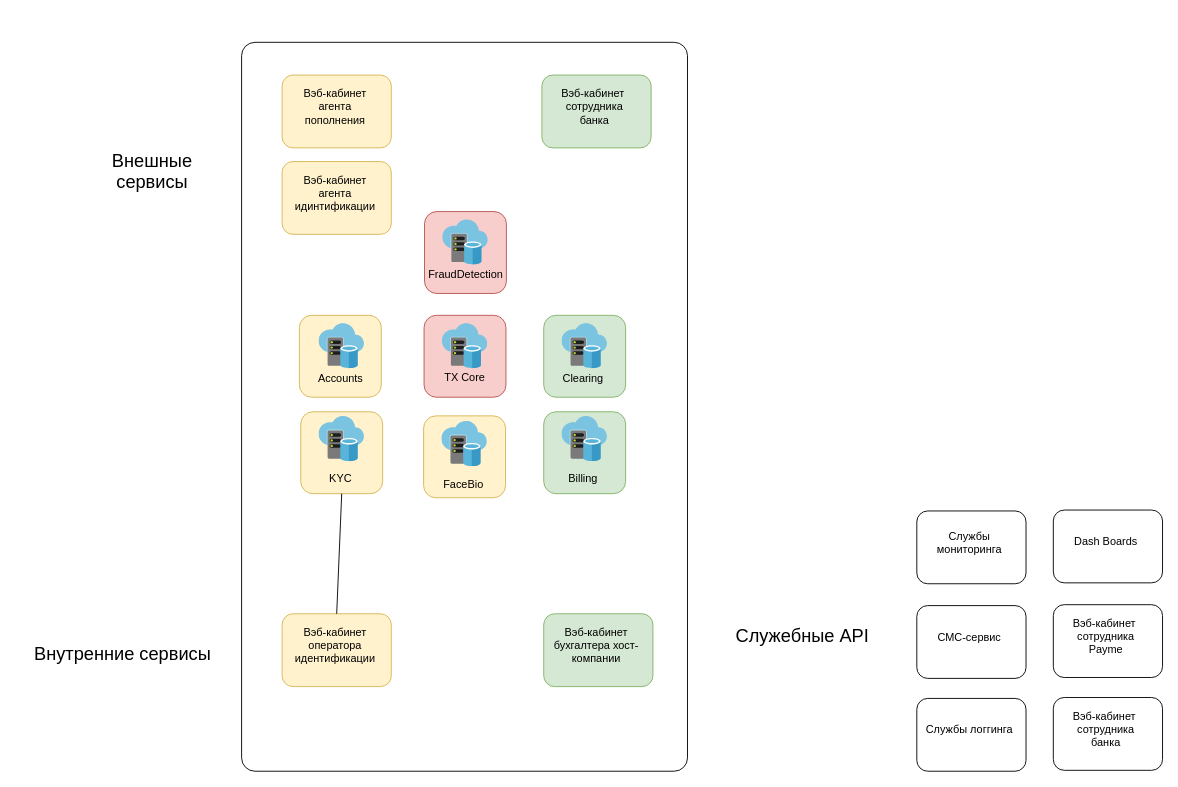
This is prc-arch.drawio from bobomurod/schemes, a draw.io file, before an edit. Source tidied: cells renumbered, new cells numbered last; positions are measured from the earlier drawing's top-left corner, leaving out a move shared by most shapes. Both pictures are drawn from the tidied source at 91%, with x=0, y=0 at pixel (25, 42).
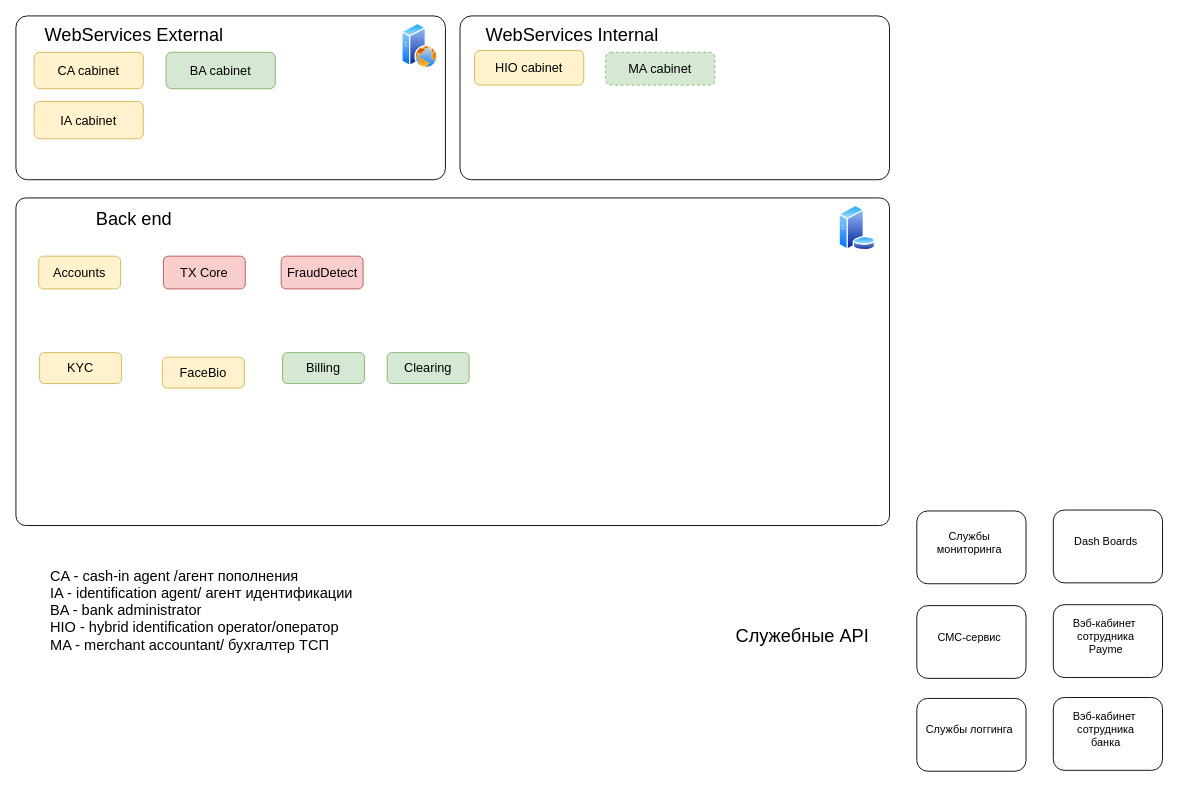
After the change.

What changed in the source:
```diff
@@
     <mxCell id="2" style="rounded=1;whiteSpace=wrap;html=1;perimeterSpacing=0;arcSize=3;fillColor=none;" parent="1" vertex="1">
-      <mxGeometry x="238" width="490" height="801" as="geometry" />
+      <mxGeometry x="-10" y="171" width="960" height="360" as="geometry" />
     </mxCell>
+    <mxCell id="50" style="rounded=1;whiteSpace=wrap;html=1;perimeterSpacing=0;arcSize=7;fillColor=none;shadow=0;" parent="1" vertex="1">
+      <mxGeometry x="478" y="-29" width="472" height="180" as="geometry" />
+    </mxCell>
+    <mxCell id="51" style="rounded=1;whiteSpace=wrap;html=1;perimeterSpacing=0;arcSize=7;fillColor=none;shadow=0;" parent="1" vertex="1">
+      <mxGeometry x="-10" y="-29" width="472" height="180" as="geometry" />
+    </mxCell>
-    <mxCell id="3" style="rounded=1;whiteSpace=wrap;html=1;fillColor=#fff2cc;strokeColor=#d6b656;" parent="1" vertex="1">
-      <mxGeometry x="301.5" y="300" width="90" height="90" as="geometry" />
+    <mxCell id="3" value="&lt;span style=&quot;font-size: 14px ; white-space: normal&quot;&gt;Accounts&lt;/span&gt;" style="rounded=1;whiteSpace=wrap;html=1;fillColor=#fff2cc;strokeColor=#d6b656;" parent="1" vertex="1">
+      <mxGeometry x="15" y="235" width="90" height="36" as="geometry" />
     </mxCell>
-    <mxCell id="4" style="html=1;perimeter=none;align=center;shadow=0;dashed=0;image;fontSize=12;image=img/lib/mscae/Virtual_Datacenter.svg;" parent="1" vertex="1">
-      <mxGeometry x="323" y="309" width="50" height="50" as="geometry" />
-    </mxCell>
-    <mxCell id="5" style="rounded=1;whiteSpace=wrap;html=1;fillColor=#f8cecc;strokeColor=#b85450;" parent="1" vertex="1">
-      <mxGeometry x="438.5" y="300" width="90" height="90" as="geometry" />
+    <mxCell id="5" value="&lt;span style=&quot;font-size: 14px ; white-space: normal&quot;&gt;TX Core&lt;/span&gt;" style="rounded=1;whiteSpace=wrap;html=1;fillColor=#f8cecc;strokeColor=#b85450;" parent="1" vertex="1">
+      <mxGeometry x="152" y="235" width="90" height="36" as="geometry" />
     </mxCell>
-    <mxCell id="6" style="html=1;perimeter=none;align=center;shadow=0;dashed=0;image;fontSize=12;image=img/lib/mscae/Virtual_Datacenter.svg;" parent="1" vertex="1">
-      <mxGeometry x="458.5" y="309" width="50" height="50" as="geometry" />
-    </mxCell>
-    <mxCell id="7" style="rounded=1;whiteSpace=wrap;html=1;fillColor=#d5e8d4;strokeColor=#82b366;" parent="1" vertex="1">
-      <mxGeometry x="570" y="300" width="90" height="90" as="geometry" />
-    </mxCell>
-    <mxCell id="8" style="html=1;perimeter=none;align=center;shadow=0;dashed=0;image;fontSize=12;image=img/lib/mscae/Virtual_Datacenter.svg;" parent="1" vertex="1">
-      <mxGeometry x="590" y="309" width="50" height="50" as="geometry" />
-    </mxCell>
-    <mxCell id="9" value="Accounts" style="text;html=1;strokeColor=none;fillColor=none;align=center;verticalAlign=middle;whiteSpace=wrap;rounded=0;" parent="1" vertex="1">
-      <mxGeometry x="326.5" y="360" width="40" height="20" as="geometry" />
-    </mxCell>
-    <mxCell id="10" value="TX Core" style="text;html=1;strokeColor=none;fillColor=none;align=center;verticalAlign=middle;whiteSpace=wrap;rounded=0;" parent="1" vertex="1">
-      <mxGeometry x="456" y="359" width="55" height="20" as="geometry" />
-    </mxCell>
-    <mxCell id="11" value="Clearing" style="text;html=1;strokeColor=none;fillColor=none;align=center;verticalAlign=middle;whiteSpace=wrap;rounded=0;" parent="1" vertex="1">
-      <mxGeometry x="591" y="360" width="45" height="20" as="geometry" />
-    </mxCell>
-    <mxCell id="12" value="Внешные сервисы" style="text;html=1;strokeColor=none;fillColor=none;align=center;verticalAlign=middle;whiteSpace=wrap;rounded=0;fontSize=20;" parent="1" vertex="1">
-      <mxGeometry x="80" y="131" width="120" height="20" as="geometry" />
+    <mxCell id="12" value="WebServices External" style="text;html=1;strokeColor=none;fillColor=none;align=center;verticalAlign=middle;whiteSpace=wrap;rounded=0;fontSize=20;" parent="1" vertex="1">
+      <mxGeometry x="10" y="-19" width="220" height="20" as="geometry" />
     </mxCell>
-    <mxCell id="13" value="Внутренние сервисы" style="text;html=1;strokeColor=none;fillColor=none;align=center;verticalAlign=middle;whiteSpace=wrap;rounded=0;fontSize=20;" parent="1" vertex="1">
-      <mxGeometry y="661" width="215" height="20" as="geometry" />
+    <mxCell id="13" value="WebServices Internal" style="text;html=1;strokeColor=none;fillColor=none;align=center;verticalAlign=middle;whiteSpace=wrap;rounded=0;fontSize=20;" parent="1" vertex="1">
+      <mxGeometry x="494" y="-19" width="215" height="20" as="geometry" />
     </mxCell>
-    <mxCell id="14" style="rounded=1;whiteSpace=wrap;html=1;fillColor=#d5e8d4;strokeColor=#82b366;" parent="1" vertex="1">
-      <mxGeometry x="568" y="36" width="120" height="80" as="geometry" />
+    <mxCell id="14" value="&lt;span style=&quot;white-space: normal; font-size: 14px;&quot;&gt;BA cabinet&lt;/span&gt;" style="rounded=1;whiteSpace=wrap;html=1;fillColor=#d5e8d4;strokeColor=#82b366;fontSize=14;" parent="1" vertex="1">
+      <mxGeometry x="155" y="11" width="120" height="40" as="geometry" />
     </mxCell>
-    <mxCell id="15" value="Вэб-кабинет&amp;nbsp; сотрудника банка" style="text;html=1;strokeColor=none;fillColor=none;align=center;verticalAlign=middle;whiteSpace=wrap;rounded=0;" parent="1" vertex="1">
-      <mxGeometry x="576" y="56" width="100" height="30" as="geometry" />
-    </mxCell>
-    <mxCell id="16" style="rounded=1;whiteSpace=wrap;html=1;fillColor=#fff2cc;strokeColor=#d6b656;" parent="1" vertex="1">
-      <mxGeometry x="282.5" y="36" width="120" height="80" as="geometry" />
+    <mxCell id="16" value="&lt;span style=&quot;white-space: normal; font-size: 14px;&quot;&gt;CA cabinet&lt;/span&gt;" style="rounded=1;whiteSpace=wrap;html=1;fillColor=#fff2cc;strokeColor=#d6b656;fontSize=14;" parent="1" vertex="1">
+      <mxGeometry x="10" y="11" width="120" height="40" as="geometry" />
     </mxCell>
-    <mxCell id="17" value="Вэб-кабинет агента пополнения" style="text;html=1;strokeColor=none;fillColor=none;align=center;verticalAlign=middle;whiteSpace=wrap;rounded=0;" parent="1" vertex="1">
-      <mxGeometry x="290.5" y="56" width="100" height="30" as="geometry" />
-    </mxCell>
-    <mxCell id="18" style="rounded=1;whiteSpace=wrap;html=1;fillColor=#fff2cc;strokeColor=#d6b656;" parent="1" vertex="1">
-      <mxGeometry x="282.5" y="131" width="120" height="80" as="geometry" />
+    <mxCell id="18" value="&lt;span style=&quot;white-space: normal; font-size: 14px;&quot;&gt;IA cabinet&lt;/span&gt;" style="rounded=1;whiteSpace=wrap;html=1;fillColor=#fff2cc;strokeColor=#d6b656;fontSize=14;" parent="1" vertex="1">
+      <mxGeometry x="10" y="65" width="120" height="41" as="geometry" />
     </mxCell>
-    <mxCell id="19" value="Вэб-кабинет агента идинтификации" style="text;html=1;strokeColor=none;fillColor=none;align=center;verticalAlign=middle;whiteSpace=wrap;rounded=0;" parent="1" vertex="1">
-      <mxGeometry x="290.5" y="151" width="100" height="30" as="geometry" />
-    </mxCell>
-    <mxCell id="20" style="rounded=1;whiteSpace=wrap;html=1;fillColor=#fff2cc;strokeColor=#d6b656;" parent="1" vertex="1">
-      <mxGeometry x="282.5" y="628" width="120" height="80" as="geometry" />
+    <mxCell id="20" value="&lt;div style=&quot;white-space: normal; font-size: 14px;&quot;&gt;HIO cabinet&lt;/div&gt;" style="rounded=1;whiteSpace=wrap;html=1;fillColor=#fff2cc;strokeColor=#d6b656;fontSize=14;" parent="1" vertex="1">
+      <mxGeometry x="494" y="9" width="120" height="38" as="geometry" />
     </mxCell>
-    <mxCell id="21" value="&lt;div&gt;Вэб-кабинет оператора&lt;/div&gt;&lt;div&gt; идентификации&lt;/div&gt;" style="text;html=1;strokeColor=none;fillColor=#fff2cc;align=center;verticalAlign=middle;whiteSpace=wrap;rounded=0;" parent="1" vertex="1">
-      <mxGeometry x="290.5" y="648" width="100" height="30" as="geometry" />
-    </mxCell>
-    <mxCell id="22" style="rounded=1;whiteSpace=wrap;html=1;fillColor=#d5e8d4;strokeColor=#82b366;" parent="1" vertex="1">
-      <mxGeometry x="570" y="628" width="120" height="80" as="geometry" />
+    <mxCell id="22" value="&lt;span style=&quot;white-space: normal; font-size: 14px;&quot;&gt;MA cabinet&lt;/span&gt;" style="rounded=1;whiteSpace=wrap;html=1;fillColor=#d5e8d4;strokeColor=#82b366;dashed=1;fontSize=14;" parent="1" vertex="1">
+      <mxGeometry x="638" y="11" width="120" height="36" as="geometry" />
     </mxCell>
-    <mxCell id="23" value="Вэб-кабинет бухгалтера хост-компании" style="text;html=1;strokeColor=none;fillColor=#d5e8d4;align=center;verticalAlign=middle;whiteSpace=wrap;rounded=0;" parent="1" vertex="1">
-      <mxGeometry x="578" y="648" width="100" height="30" as="geometry" />
-    </mxCell>
@@
-    <mxCell id="37" style="rounded=1;whiteSpace=wrap;html=1;fillColor=#fff2cc;strokeColor=#d6b656;" parent="1" vertex="1">
-      <mxGeometry x="303" y="406" width="90" height="90" as="geometry" />
+    <mxCell id="37" value="&lt;span style=&quot;font-size: 14px ; white-space: normal&quot;&gt;KYC&lt;/span&gt;" style="rounded=1;whiteSpace=wrap;html=1;fillColor=#fff2cc;strokeColor=#d6b656;" parent="1" vertex="1">
+      <mxGeometry x="16" y="341" width="90" height="34" as="geometry" />
     </mxCell>
-    <mxCell id="38" style="html=1;perimeter=none;align=center;shadow=0;dashed=0;image;fontSize=12;image=img/lib/mscae/Virtual_Datacenter.svg;" parent="1" vertex="1">
-      <mxGeometry x="323" y="411" width="50" height="50" as="geometry" />
-    </mxCell>
-    <mxCell id="39" value="KYC" style="text;html=1;strokeColor=none;fillColor=none;align=center;verticalAlign=middle;whiteSpace=wrap;rounded=0;" parent="1" vertex="1">
-      <mxGeometry x="326.5" y="470" width="40" height="20" as="geometry" />
-    </mxCell>
-    <mxCell id="40" style="rounded=1;whiteSpace=wrap;html=1;fillColor=#d5e8d4;strokeColor=#82b366;" parent="1" vertex="1">
-      <mxGeometry x="570" y="406" width="90" height="90" as="geometry" />
+    <mxCell id="40" value="&lt;span style=&quot;font-size: 14px ; white-space: normal&quot;&gt;Billing&lt;/span&gt;" style="rounded=1;whiteSpace=wrap;html=1;fillColor=#d5e8d4;strokeColor=#82b366;" parent="1" vertex="1">
+      <mxGeometry x="283" y="341" width="90" height="34" as="geometry" />
     </mxCell>
-    <mxCell id="41" style="html=1;perimeter=none;align=center;shadow=0;dashed=0;image;fontSize=12;image=img/lib/mscae/Virtual_Datacenter.svg;" parent="1" vertex="1">
-      <mxGeometry x="590" y="411" width="50" height="50" as="geometry" />
-    </mxCell>
-    <mxCell id="42" value="Billing" style="text;html=1;strokeColor=none;fillColor=none;align=center;verticalAlign=middle;whiteSpace=wrap;rounded=0;" parent="1" vertex="1">
-      <mxGeometry x="591" y="470" width="45" height="20" as="geometry" />
-    </mxCell>
-    <mxCell id="43" style="rounded=1;whiteSpace=wrap;html=1;fillColor=#fff2cc;strokeColor=#d6b656;" parent="1" vertex="1">
-      <mxGeometry x="438" y="410.5" width="90" height="90" as="geometry" />
+    <mxCell id="43" value="&lt;span style=&quot;font-size: 14px ; white-space: normal&quot;&gt;FaceBio&lt;/span&gt;" style="rounded=1;whiteSpace=wrap;html=1;fillColor=#fff2cc;strokeColor=#d6b656;" parent="1" vertex="1">
+      <mxGeometry x="151" y="346" width="90" height="34" as="geometry" />
     </mxCell>
-    <mxCell id="44" style="html=1;perimeter=none;align=center;shadow=0;dashed=0;image;fontSize=12;image=img/lib/mscae/Virtual_Datacenter.svg;" parent="1" vertex="1">
-      <mxGeometry x="458" y="416.5" width="50" height="50" as="geometry" />
-    </mxCell>
-    <mxCell id="45" value="FaceBio" style="text;html=1;strokeColor=none;fillColor=none;align=center;verticalAlign=middle;whiteSpace=wrap;rounded=0;" parent="1" vertex="1">
-      <mxGeometry x="461.5" y="475.5" width="40" height="20" as="geometry" />
-    </mxCell>
-    <mxCell id="46" style="endArrow=none;html=1;entryX=0.5;entryY=1;entryDx=0;entryDy=0;exitX=0.5;exitY=0;exitDx=0;exitDy=0;" parent="1" edge="1" source="20" target="37">
-      <mxGeometry relative="1" as="geometry" />
-    </mxCell>
+    <mxCell id="52" value="CA - cash-in agent /агент пополнения&amp;nbsp;&lt;br style=&quot;font-size: 16px&quot;&gt;IA - identification agent/ агент идентификации&lt;br&gt;BA - bank administrator&lt;br&gt;HIO - hybrid identification operator/оператор&amp;nbsp;&lt;br&gt;MA - merchant accountant/ бухгалтер ТСП" style="text;html=1;align=left;verticalAlign=middle;fillColor=none;strokeColor=none;rounded=0;shadow=0;fontSize=16;" parent="1" vertex="1">
+      <mxGeometry x="26" y="574" width="348" height="100" as="geometry" />
+    </mxCell>
+    <mxCell id="53" value="Back end" style="text;html=1;strokeColor=none;fillColor=none;align=center;verticalAlign=middle;whiteSpace=wrap;rounded=0;fontSize=20;" parent="1" vertex="1">
+      <mxGeometry x="10" y="183" width="220" height="20" as="geometry" />
+    </mxCell>
+    <mxCell id="54" style="group;" parent="1" vertex="1">
+      <mxGeometry x="398" y="341" width="90" height="34" as="geometry" />
+    </mxCell>
+    <mxCell id="7" value="&lt;span style=&quot;font-size: 14px ; white-space: normal&quot;&gt;Clearing&lt;/span&gt;" style="rounded=1;whiteSpace=wrap;html=1;fillColor=#d5e8d4;strokeColor=#82b366;" parent="54" vertex="1">
+      <mxGeometry width="90" height="34" as="geometry" />
+    </mxCell>
+    <mxCell id="55" style="perimeter=ellipsePerimeter;html=1;align=center;shadow=0;dashed=0;spacingTop=3;image;image=img/lib/active_directory/web_server.svg;fillColor=none;fontSize=14;" parent="1" vertex="1">
+      <mxGeometry x="414" y="-21" width="40" height="50" as="geometry" />
+    </mxCell>
+    <mxCell id="56" style="perimeter=ellipsePerimeter;html=1;align=center;shadow=0;dashed=0;spacingTop=3;image;image=img/lib/active_directory/database_server.svg;fillColor=none;fontSize=14;" parent="1" vertex="1">
+      <mxGeometry x="894" y="179" width="41" height="50" as="geometry" />
+    </mxCell>
-    <mxCell id="47" style="rounded=1;whiteSpace=wrap;html=1;fillColor=#f8cecc;strokeColor=#b85450;" parent="1" vertex="1">
-      <mxGeometry x="439" y="186" width="90" height="90" as="geometry" />
+    <mxCell id="47" value="&lt;span style=&quot;font-size: 14px ; white-space: normal&quot;&gt;FraudDetect&lt;/span&gt;" style="rounded=1;whiteSpace=wrap;html=1;fillColor=#f8cecc;strokeColor=#b85450;" parent="1" vertex="1">
+      <mxGeometry x="281.5" y="235" width="90" height="36" as="geometry" />
     </mxCell>
-    <mxCell id="48" style="html=1;perimeter=none;align=center;shadow=0;dashed=0;image;fontSize=12;image=img/lib/mscae/Virtual_Datacenter.svg;" parent="1" vertex="1">
-      <mxGeometry x="459" y="195" width="50" height="50" as="geometry" />
-    </mxCell>
-    <mxCell id="49" value="FraudDetection" style="text;html=1;strokeColor=none;fillColor=none;align=center;verticalAlign=middle;whiteSpace=wrap;rounded=0;" parent="1" vertex="1">
-      <mxGeometry x="456.5" y="245" width="55" height="20" as="geometry" />
-    </mxCell>
```
